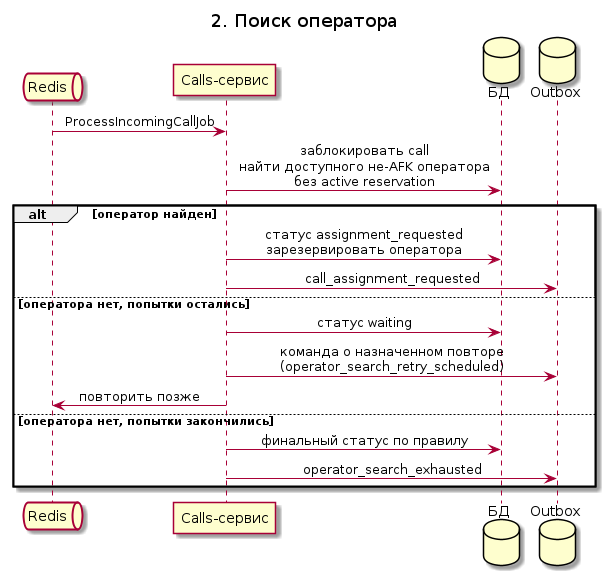
Before: docs/diagrams/02-operator-search.png, a diagram exported from PlantUML (robotateme/calls). Its source is kept beside it as docs/diagrams/02-operator-search.puml. Source of this version:
```plantuml
@startuml
title 2. Поиск оператора

skinparam sequenceMessageAlign center

queue Redis
participant "Calls-сервис" as Calls
database "БД" as DB
database Outbox

Redis -> Calls: ProcessIncomingCallJob
Calls -> DB: заблокировать call\nнайти доступного не-AFK оператора\nбез active reservation

alt оператор найден
    Calls -> DB: статус assignment_requested\nзарезервировать оператора
    Calls -> Outbox: call_assignment_requested
else оператора нет, попытки остались
    Calls -> DB: статус waiting
    Calls -> Outbox: команда о назначенном повторе\n(operator_search_retry_scheduled)
    Calls -> Redis: повторить позже
else оператора нет, попытки закончились
    Calls -> DB: финальный статус по правилу
    Calls -> Outbox: operator_search_exhausted
end

@enduml
```
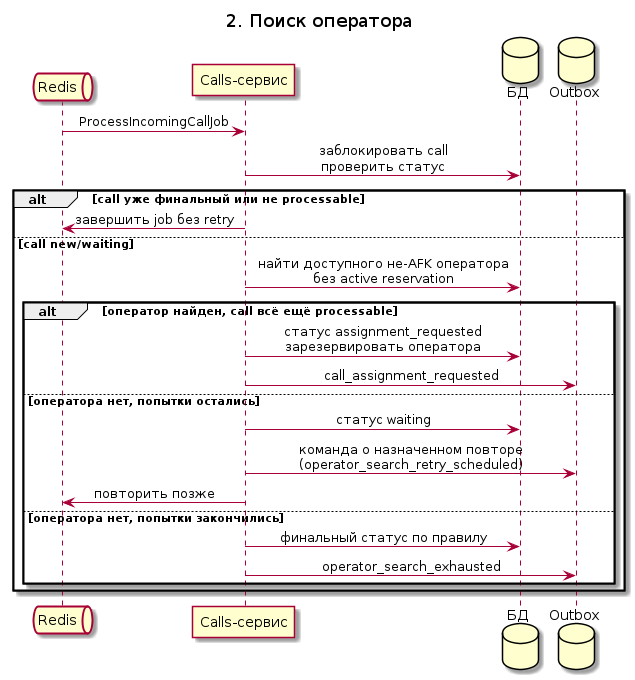
After the change.

Diff of the diagram source:
```diff
@@ -9,18 +9,23 @@
 database Outbox
 
 Redis -> Calls: ProcessIncomingCallJob
-Calls -> DB: заблокировать call\nнайти доступного не-AFK оператора\nбез active reservation
+Calls -> DB: заблокировать call\nпроверить статус
 
-alt оператор найден
-    Calls -> DB: статус assignment_requested\nзарезервировать оператора
-    Calls -> Outbox: call_assignment_requested
-else оператора нет, попытки остались
-    Calls -> DB: статус waiting
-    Calls -> Outbox: команда о назначенном повторе\n(operator_search_retry_scheduled)
-    Calls -> Redis: повторить позже
-else оператора нет, попытки закончились
-    Calls -> DB: финальный статус по правилу
-    Calls -> Outbox: operator_search_exhausted
+alt call уже финальный или не processable
+    Calls -> Redis: завершить job без retry
+else call new/waiting
+    Calls -> DB: найти доступного не-AFK оператора\nбез active reservation
+    alt оператор найден, call всё ещё processable
+        Calls -> DB: статус assignment_requested\nзарезервировать оператора
+        Calls -> Outbox: call_assignment_requested
+    else оператора нет, попытки остались
+        Calls -> DB: статус waiting
+        Calls -> Outbox: команда о назначенном повторе\n(operator_search_retry_scheduled)
+        Calls -> Redis: повторить позже
+    else оператора нет, попытки закончились
+        Calls -> DB: финальный статус по правилу
+        Calls -> Outbox: operator_search_exhausted
+    end
 end
 
 @enduml
```
